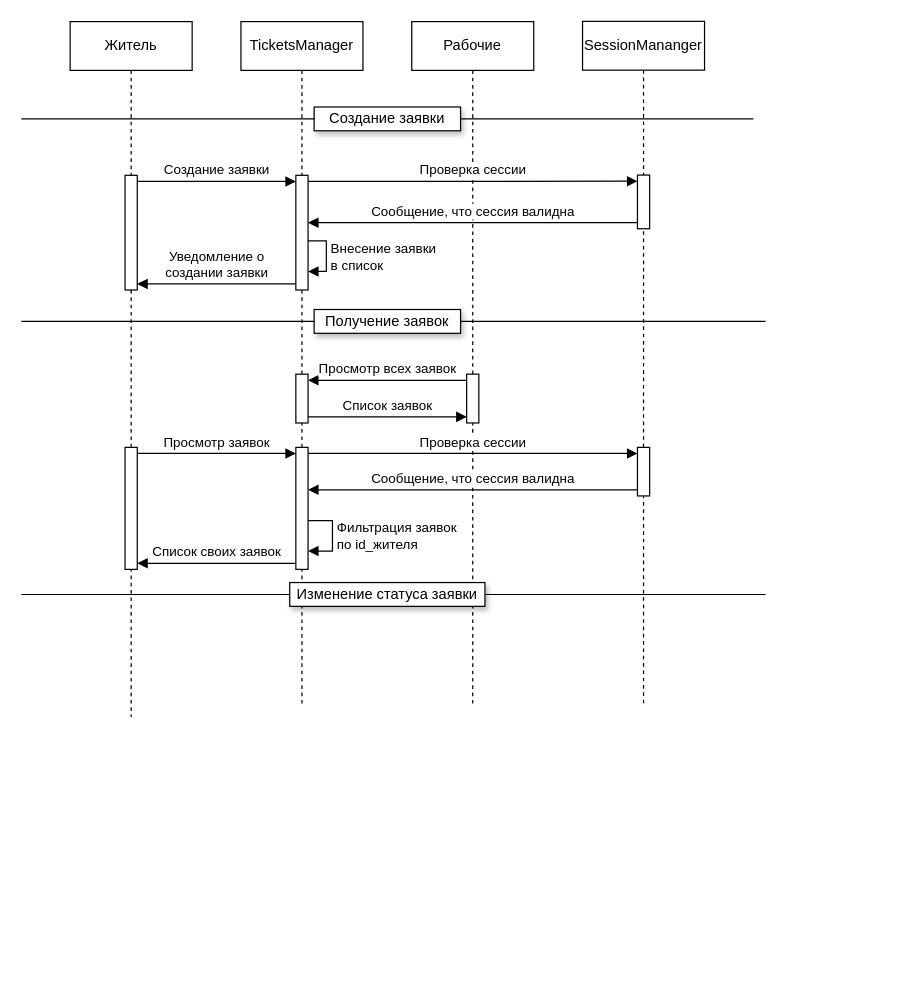
Above: page "Заявки" (2 of 2) of diagrams/sequence_diagram.drawio in ArthurDavletov/ufanet_practice_zheu (draw.io), before the change. Source tidied: cells renumbered, new cells numbered last; positions are measured from the earlier drawing's top-left corner, leaving out a move shared by most shapes. Both pictures are drawn from the tidied source at 122%, with x=0, y=0 at pixel (21, 21).
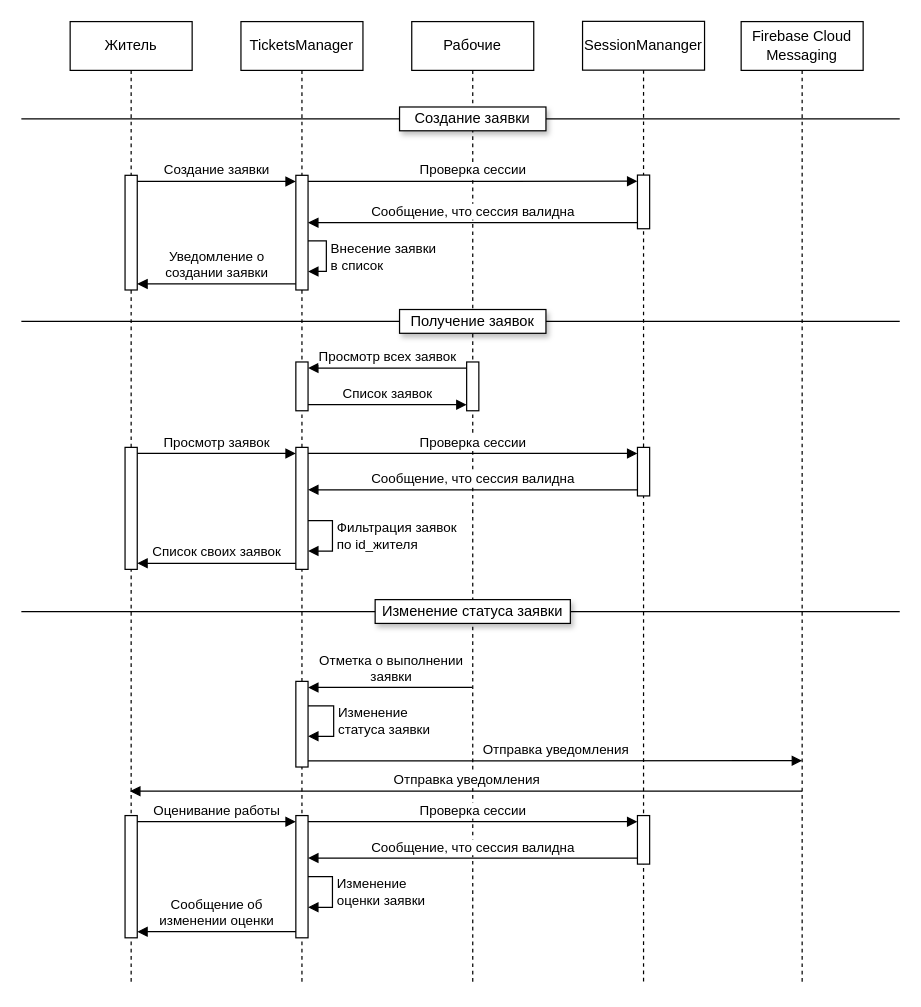
The same diagram, later.

Commit message:
Изменение статуса заявки

Change to the diagram source:
```diff
@@
     <mxCell id="2" value="Житель" style="shape=umlLifeline;perimeter=lifelinePerimeter;whiteSpace=wrap;html=1;newEdgeStyle={&quot;curved&quot;:0,&quot;rounded&quot;:0};" parent="1" vertex="1">
-      <mxGeometry x="40" y="0.2" width="100" height="570" as="geometry" />
+      <mxGeometry x="40" y="0.2" width="100" height="789.8" as="geometry" />
     </mxCell>
@@
+    <mxCell id="32" style="html=1;points=[[0,0,0,0,5],[0,1,0,0,-5],[1,0,0,0,5],[1,1,0,0,-5]];perimeter=orthogonalPerimeter;outlineConnect=0;targetShapes=umlLifeline;portConstraint=eastwest;newEdgeStyle={&quot;curved&quot;:0,&quot;rounded&quot;:0};" parent="2" vertex="1">
+      <mxGeometry x="45" y="650.8" width="10" height="100.2" as="geometry" />
+    </mxCell>
     <mxCell id="5" value="Рабочие" style="shape=umlLifeline;perimeter=lifelinePerimeter;whiteSpace=wrap;html=1;newEdgeStyle={&quot;curved&quot;:0,&quot;rounded&quot;:0};" parent="1" vertex="1">
-      <mxGeometry x="320" y="0.2" width="100" height="560" as="geometry" />
+      <mxGeometry x="320" y="0.2" width="100" height="789.8" as="geometry" />
     </mxCell>
     <mxCell id="6" style="html=1;points=[[0,0,0,0,5],[0,1,0,0,-5],[1,0,0,0,5],[1,1,0,0,-5]];perimeter=orthogonalPerimeter;outlineConnect=0;targetShapes=umlLifeline;portConstraint=eastwest;newEdgeStyle={&quot;curved&quot;:0,&quot;rounded&quot;:0};" parent="5" vertex="1">
-      <mxGeometry x="45" y="289" width="10" height="40" as="geometry" />
+      <mxGeometry x="45" y="279" width="10" height="40" as="geometry" />
     </mxCell>
     <mxCell id="7" value="TicketsManager" style="shape=umlLifeline;perimeter=lifelinePerimeter;whiteSpace=wrap;html=1;newEdgeStyle={&quot;curved&quot;:0,&quot;rounded&quot;:0};" parent="1" vertex="1">
-      <mxGeometry x="180" y="0.2" width="100" height="560" as="geometry" />
+      <mxGeometry x="180" y="0.2" width="100" height="789.8" as="geometry" />
     </mxCell>
@@
     <mxCell id="9" style="html=1;points=[[0,0,0,0,5],[0,1,0,0,-5],[1,0,0,0,5],[1,1,0,0,-5]];perimeter=orthogonalPerimeter;outlineConnect=0;targetShapes=umlLifeline;portConstraint=eastwest;newEdgeStyle={&quot;curved&quot;:0,&quot;rounded&quot;:0};" parent="7" vertex="1">
-      <mxGeometry x="45" y="289" width="10" height="40" as="geometry" />
+      <mxGeometry x="45" y="279" width="10" height="40" as="geometry" />
     </mxCell>
@@
+    <mxCell id="33" style="html=1;points=[[0,0,0,0,5],[0,1,0,0,-5],[1,0,0,0,5],[1,1,0,0,-5]];perimeter=orthogonalPerimeter;outlineConnect=0;targetShapes=umlLifeline;portConstraint=eastwest;newEdgeStyle={&quot;curved&quot;:0,&quot;rounded&quot;:0};" parent="7" vertex="1">
+      <mxGeometry x="45" y="540.8" width="10" height="70.2" as="geometry" />
+    </mxCell>
+    <mxCell id="34" value="Изменение&lt;div&gt;статуса заявки&lt;/div&gt;" style="html=1;align=left;spacingLeft=2;endArrow=block;rounded=0;edgeStyle=orthogonalEdgeStyle;curved=0;rounded=0;" parent="7" edge="1" source="33" target="33">
+      <mxGeometry x="0.01" relative="1" as="geometry">
+        <Array as="points">
+          <mxPoint x="76" y="560.8" />
+          <mxPoint x="76" y="585.8" />
+        </Array>
+      </mxGeometry>
+    </mxCell>
+    <mxCell id="35" style="html=1;points=[[0,0,0,0,5],[0,1,0,0,-5],[1,0,0,0,5],[1,1,0,0,-5]];perimeter=orthogonalPerimeter;outlineConnect=0;targetShapes=umlLifeline;portConstraint=eastwest;newEdgeStyle={&quot;curved&quot;:0,&quot;rounded&quot;:0};" parent="7" vertex="1">
+      <mxGeometry x="45" y="650.8" width="10" height="100.2" as="geometry" />
+    </mxCell>
+    <mxCell id="36" value="Изменение&lt;div&gt;оценки заявки&lt;/div&gt;" style="html=1;align=left;spacingLeft=2;endArrow=block;rounded=0;edgeStyle=orthogonalEdgeStyle;curved=0;rounded=0;" parent="7" edge="1" source="35" target="35">
+      <mxGeometry x="0.01" relative="1" as="geometry">
+        <Array as="points">
+          <mxPoint x="75" y="701" />
+          <mxPoint x="75" y="726" />
+        </Array>
+      </mxGeometry>
+    </mxCell>
@@
     <mxCell id="14" style="line;strokeWidth=1;fillColor=none;align=left;verticalAlign=middle;spacingTop=-1;spacingLeft=3;spacingRight=3;labelPosition=right;strokeColor=inherit;" parent="1" vertex="1">
-      <mxGeometry y="76" width="600" height="8" as="geometry" />
+      <mxGeometry y="76" width="720" height="8" as="geometry" />
     </mxCell>
     <mxCell id="15" value="Создание заявки" style="text;html=1;whiteSpace=wrap;strokeColor=#000000;fillColor=#FFFFFF;align=center;verticalAlign=middle;rounded=0;shadow=1;" parent="1" vertex="1">
-      <mxGeometry x="240" y="70.2" width="120" height="19.5" as="geometry" />
+      <mxGeometry x="310" y="70.2" width="120" height="19.5" as="geometry" />
     </mxCell>
     <mxCell id="16" style="line;strokeWidth=1;fillColor=none;align=left;verticalAlign=middle;spacingTop=-1;spacingLeft=3;spacingRight=3;labelPosition=right;strokeColor=inherit;" parent="1" vertex="1">
-      <mxGeometry y="242" width="610" height="8" as="geometry" />
+      <mxGeometry y="242" width="720" height="8" as="geometry" />
     </mxCell>
     <mxCell id="17" value="Получение заявок" style="text;html=1;whiteSpace=wrap;strokeColor=#000000;fillColor=#FFFFFF;align=center;verticalAlign=middle;rounded=0;shadow=1;" parent="1" vertex="1">
-      <mxGeometry x="240" y="236.2" width="120" height="19.5" as="geometry" />
+      <mxGeometry x="310" y="236.2" width="120" height="19.5" as="geometry" />
     </mxCell>
     <mxCell id="18" value="SessionMananger" style="shape=umlLifeline;perimeter=lifelinePerimeter;whiteSpace=wrap;html=1;newEdgeStyle={&quot;curved&quot;:0,&quot;rounded&quot;:0};" parent="1" vertex="1">
-      <mxGeometry x="460" width="100" height="560.2" as="geometry" />
+      <mxGeometry x="460" width="100" height="790" as="geometry" />
     </mxCell>
@@
+    <mxCell id="37" style="html=1;points=[[0,0,0,0,5],[0,1,0,0,-5],[1,0,0,0,5],[1,1,0,0,-5]];perimeter=orthogonalPerimeter;outlineConnect=0;targetShapes=umlLifeline;portConstraint=eastwest;newEdgeStyle={&quot;curved&quot;:0,&quot;rounded&quot;:0};" parent="18" vertex="1">
+      <mxGeometry x="45" y="651" width="10" height="39.8" as="geometry" />
+    </mxCell>
@@
     <mxCell id="30" style="line;strokeWidth=1;fillColor=none;align=left;verticalAlign=middle;spacingTop=-1;spacingLeft=3;spacingRight=3;labelPosition=right;strokeColor=inherit;" parent="1" vertex="1">
-      <mxGeometry y="465.8" width="610" height="8" as="geometry" />
+      <mxGeometry y="479.8" width="720" height="8" as="geometry" />
     </mxCell>
     <mxCell id="31" value="Изменение статуса заявки" style="text;html=1;whiteSpace=wrap;strokeColor=#000000;fillColor=#FFFFFF;align=center;verticalAlign=middle;rounded=0;shadow=1;" parent="1" vertex="1">
-      <mxGeometry x="220" y="460" width="160" height="19.5" as="geometry" />
+      <mxGeometry x="290" y="474" width="160" height="19.5" as="geometry" />
     </mxCell>
+    <mxCell id="38" value="Firebase Cloud Messaging" style="shape=umlLifeline;perimeter=lifelinePerimeter;whiteSpace=wrap;html=1;newEdgeStyle={&quot;curved&quot;:0,&quot;rounded&quot;:0};" parent="1" vertex="1">
+      <mxGeometry x="590" y="0.2" width="100" height="789.8" as="geometry" />
+    </mxCell>
+    <mxCell id="39" value="Отметка о выполнении&lt;br&gt;заявки" style="html=1;verticalAlign=bottom;endArrow=block;curved=0;rounded=0;entryX=1;entryY=0;entryDx=0;entryDy=5;entryPerimeter=0;" parent="1" edge="1" target="33">
+      <mxGeometry relative="1" as="geometry">
+        <mxPoint x="369.5" y="546" as="sourcePoint" />
+      </mxGeometry>
+    </mxCell>
+    <mxCell id="40" value="Отправка уведомления" style="html=1;verticalAlign=bottom;endArrow=block;curved=0;rounded=0;exitX=1;exitY=1;exitDx=0;exitDy=-5;exitPerimeter=0;" parent="1" edge="1" source="33">
+      <mxGeometry relative="1" as="geometry">
+        <mxPoint x="640" y="606" as="targetPoint" />
+      </mxGeometry>
+    </mxCell>
+    <mxCell id="41" value="Отправка уведомления" style="html=1;verticalAlign=bottom;endArrow=block;curved=0;rounded=0;" parent="1" edge="1">
+      <mxGeometry relative="1" as="geometry">
+        <mxPoint x="640" y="631" as="sourcePoint" />
+        <mxPoint x="89.1" y="631" as="targetPoint" />
+      </mxGeometry>
+    </mxCell>
+    <mxCell id="42" value="Оценивание работы" style="html=1;verticalAlign=bottom;endArrow=block;curved=0;rounded=0;exitX=1;exitY=0;exitDx=0;exitDy=5;exitPerimeter=0;entryX=0;entryY=0;entryDx=0;entryDy=5;entryPerimeter=0;" parent="1" edge="1" source="32" target="35">
+      <mxGeometry relative="1" as="geometry" />
+    </mxCell>
+    <mxCell id="43" value="Проверка сессии" style="html=1;verticalAlign=bottom;endArrow=block;curved=0;rounded=0;entryX=0;entryY=0;entryDx=0;entryDy=5;entryPerimeter=0;exitX=1;exitY=0;exitDx=0;exitDy=5;exitPerimeter=0;" parent="1" edge="1" source="35" target="37">
+      <mxGeometry relative="1" as="geometry" />
+    </mxCell>
+    <mxCell id="44" value="Сообщение, что сессия валидна" style="html=1;verticalAlign=bottom;endArrow=block;curved=0;rounded=0;exitX=0;exitY=1;exitDx=0;exitDy=-5;exitPerimeter=0;" parent="1" edge="1" source="37" target="35">
+      <mxGeometry relative="1" as="geometry" />
+    </mxCell>
+    <mxCell id="45" value="Сообщение об&lt;div&gt;изменении оценки&lt;/div&gt;" style="html=1;verticalAlign=bottom;endArrow=block;curved=0;rounded=0;entryX=1;entryY=1;entryDx=0;entryDy=-5;entryPerimeter=0;" parent="1" edge="1" source="35" target="32">
+      <mxGeometry relative="1" as="geometry" />
+    </mxCell>
```
